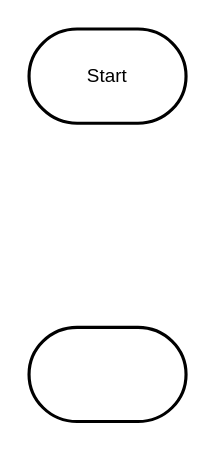
Before: design/flowchart.drawio in Mr-Coxall/vscode-container-wasm-gcc-example, a draw.io diagram. Source tidied: cells renumbered, new cells numbered last; positions are measured from the earlier drawing's top-left corner, leaving out a move shared by most shapes. Both pictures are drawn from the tidied source at 157%, with x=0, y=0 at pixel (28, 28).
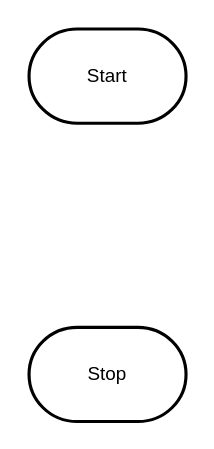
The same diagram, later.

Change to the diagram source:
```diff
@@
 <mxGraphModel>
   <root>
     <mxCell id="0" />
     <mxCell id="1" parent="0" />
     <mxCell id="2" value="Start" style="strokeWidth=2;html=1;shape=mxgraph.flowchart.terminator;whiteSpace=wrap;" parent="1" vertex="1">
       <mxGeometry width="100" height="60" as="geometry" />
     </mxCell>
-    <mxCell id="3" style="strokeWidth=2;html=1;shape=mxgraph.flowchart.terminator;whiteSpace=wrap;" parent="1" vertex="1">
+    <mxCell id="3" value="Stop" style="strokeWidth=2;html=1;shape=mxgraph.flowchart.terminator;whiteSpace=wrap;" parent="1" vertex="1">
       <mxGeometry y="190" width="100" height="60" as="geometry" />
     </mxCell>
   </root>
 </mxGraphModel>
```
